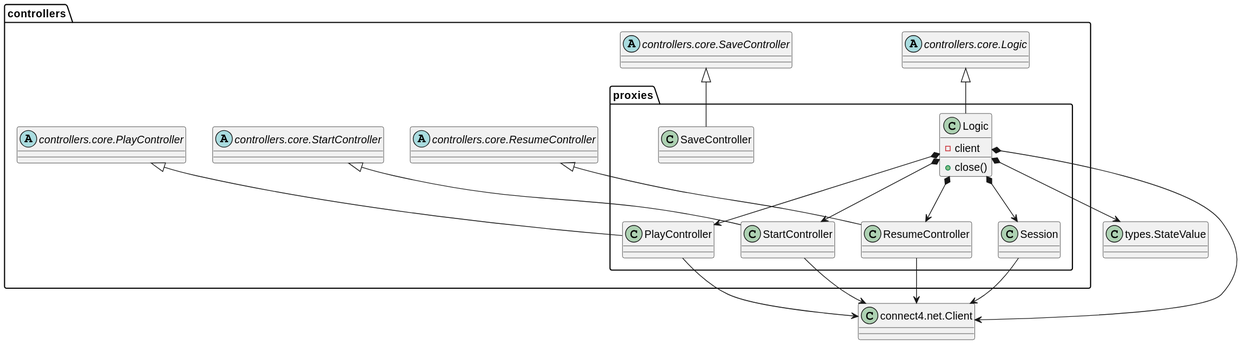
Earlier version of the PlantUML export out/connect4/Docs/diagrams/src/packages/connect4.connect4.controllers.proxies/connect4.connect4.controllers.proxies.svg (js-rom/connect4).
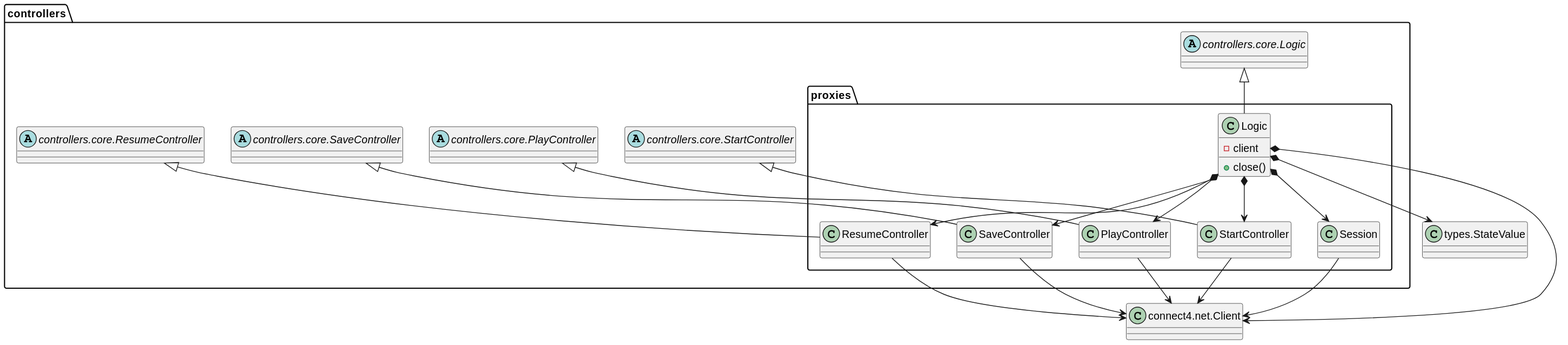
The same diagram one commit later.

Commit message:
feat: add new state OUT_GAME to Logic associated to SaveController #8

The edit, as a diff of the source:
```diff
@@ -11,6 +11,10 @@
 
 
 class controllers.proxies.PlayController{
+
+}
+
+class controllers.proxies.SaveController{
 
 }
 
@@ -29,6 +33,7 @@
 Logic *--> Session
 Logic *--> StartController
 Logic *--> PlayController
+Logic *--> SaveController
 Logic *--> ResumeController
 Logic *--> StateValue
 class Client as "connect4.net.Client"
@@ -37,6 +42,7 @@
 
 StartController --> Client
 PlayController --> Client
+SaveController --> Client
 ResumeController --> Client
 
 abstract class controllers.StartController as "controllers.core.StartController"
```
